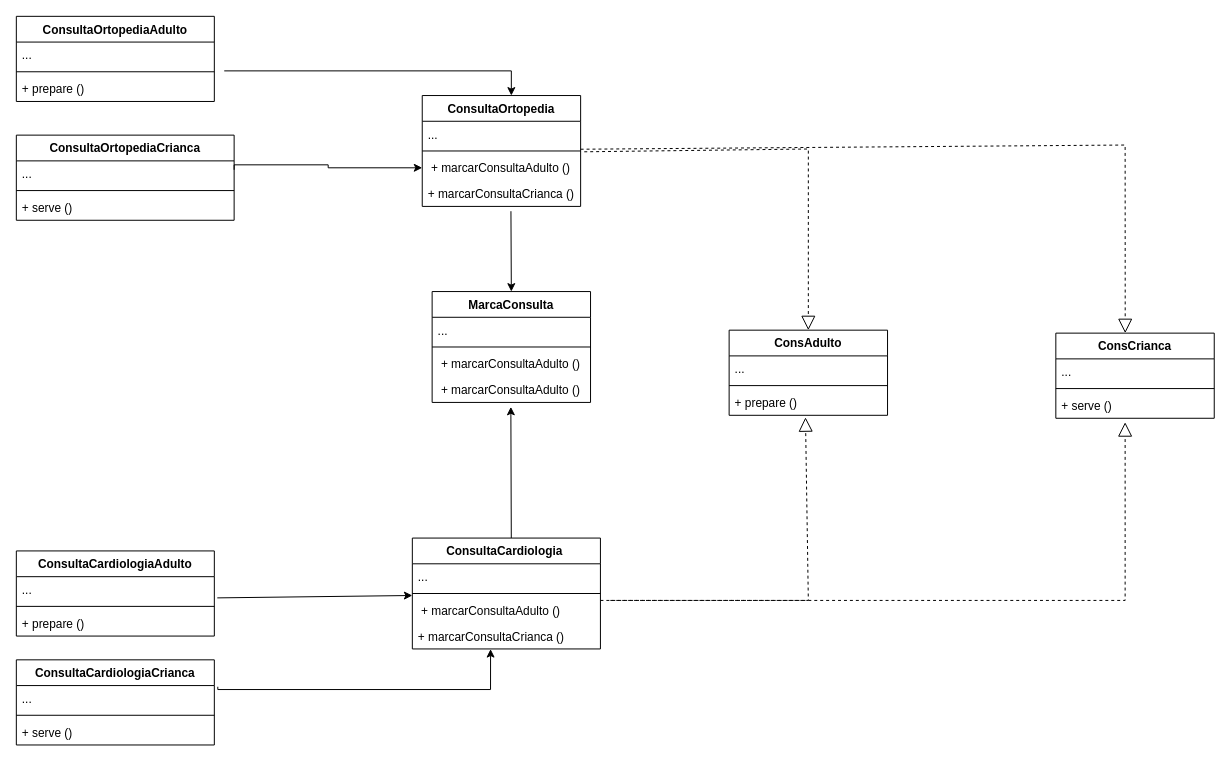
Before: Diagramas de Classe/Criação/AbstractFactory/consulta.drawio in luanvaf/Design_Patterns_AdvPrograming, a draw.io diagram. Source tidied: cells renumbered, new cells numbered last; positions are measured from the earlier drawing's top-left corner, leaving out a move shared by most shapes. Both pictures are drawn from the tidied source at 99%, with x=0, y=0 at pixel (16, 16).
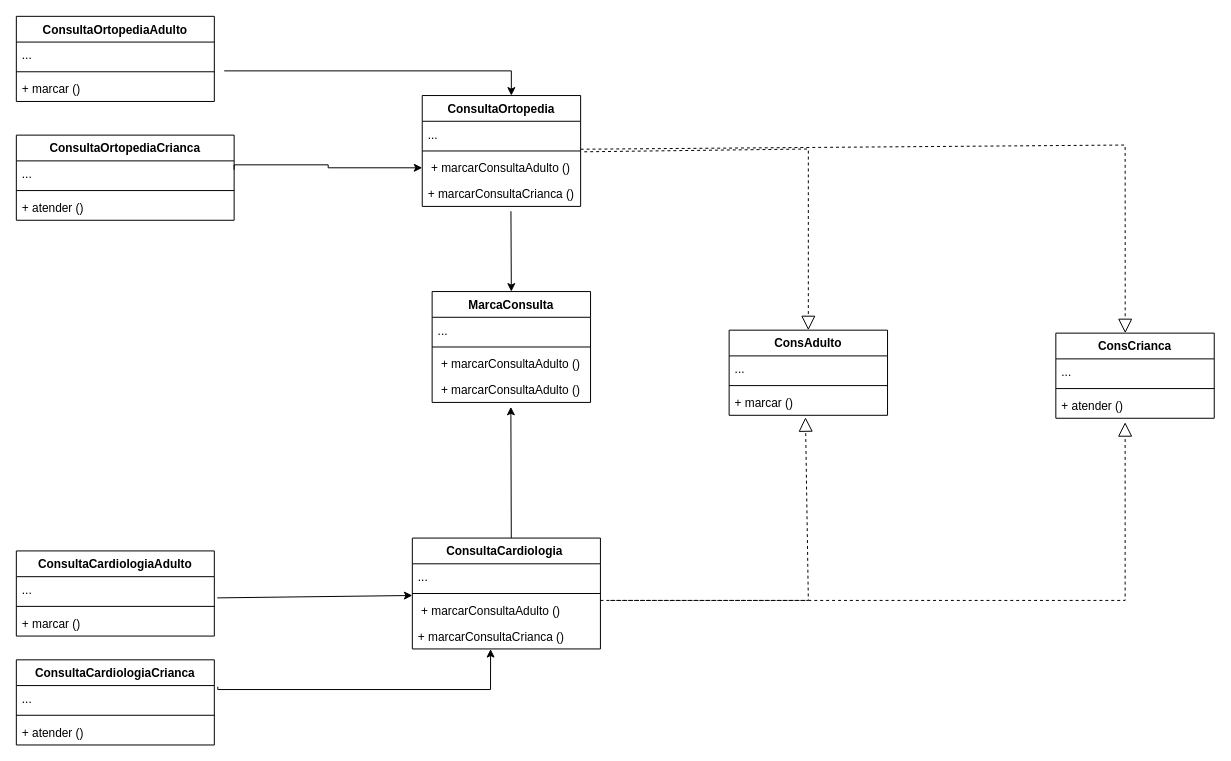
Above is the later version.

The change refers to these unchanged cells:
```xml
<mxCell id="12" value="ConsultaOrtopediaCrianca" style="swimlane;fontStyle=1;align=center;verticalAlign=top;horizontal=1;startSize=26;" parent="1" vertex="1">
  <mxGeometry y="120" width="220" height="86" as="geometry" />
</mxCell>
<mxCell id="16" value="ConsultaOrtopediaAdulto" style="swimlane;fontStyle=1;align=center;verticalAlign=top;horizontal=1;startSize=26;" parent="1" vertex="1">
  <mxGeometry width="200" height="86" as="geometry" />
</mxCell>
<mxCell id="20" value="ConsultaCardiologiaAdulto" style="swimlane;fontStyle=1;align=center;verticalAlign=top;horizontal=1;startSize=26;" parent="1" vertex="1">
  <mxGeometry y="540" width="200" height="86" as="geometry" />
</mxCell>
<mxCell id="24" value="ConsultaCardiologiaCrianca" style="swimlane;fontStyle=1;align=center;verticalAlign=top;horizontal=1;startSize=26;" parent="1" vertex="1">
  <mxGeometry y="650" width="200" height="86" as="geometry" />
</mxCell>
<mxCell id="43" value="ConsAdulto" style="swimlane;fontStyle=1;align=center;verticalAlign=top;horizontal=1;startSize=26;" parent="1" vertex="1">
  <mxGeometry x="720" y="317" width="160" height="86" as="geometry" />
</mxCell>
<mxCell id="47" value="ConsCrianca" style="swimlane;fontStyle=1;align=center;verticalAlign=top;horizontal=1;startSize=26;" parent="1" vertex="1">
  <mxGeometry x="1050" y="320" width="160" height="86" as="geometry" />
</mxCell>
```

Diff of the diagram source:
```diff
@@
-    <mxCell id="15" value="+ serve ()" style="text;strokeColor=none;fillColor=none;align=left;verticalAlign=top;spacingLeft=4;spacingRight=4;overflow=hidden;" parent="12" vertex="1">
+    <mxCell id="15" value="+ atender ()" style="text;strokeColor=none;fillColor=none;align=left;verticalAlign=top;spacingLeft=4;spacingRight=4;overflow=hidden;" parent="12" vertex="1">
       <mxGeometry y="60" width="220" height="26" as="geometry" />
     </mxCell>
@@
-    <mxCell id="19" value="+ prepare ()" style="text;strokeColor=none;fillColor=none;align=left;verticalAlign=top;spacingLeft=4;spacingRight=4;overflow=hidden;" parent="16" vertex="1">
+    <mxCell id="19" value="+ marcar ()" style="text;strokeColor=none;fillColor=none;align=left;verticalAlign=top;spacingLeft=4;spacingRight=4;overflow=hidden;" parent="16" vertex="1">
       <mxGeometry y="60" width="200" height="26" as="geometry" />
     </mxCell>
@@
-    <mxCell id="23" value="+ prepare ()" style="text;strokeColor=none;fillColor=none;align=left;verticalAlign=top;spacingLeft=4;spacingRight=4;overflow=hidden;" parent="20" vertex="1">
+    <mxCell id="23" value="+ marcar ()" style="text;strokeColor=none;fillColor=none;align=left;verticalAlign=top;spacingLeft=4;spacingRight=4;overflow=hidden;" parent="20" vertex="1">
       <mxGeometry y="60" width="200" height="26" as="geometry" />
     </mxCell>
@@
-    <mxCell id="27" value="+ serve ()" style="text;strokeColor=none;fillColor=none;align=left;verticalAlign=top;spacingLeft=4;spacingRight=4;overflow=hidden;" parent="24" vertex="1">
+    <mxCell id="27" value="+ atender ()" style="text;strokeColor=none;fillColor=none;align=left;verticalAlign=top;spacingLeft=4;spacingRight=4;overflow=hidden;" parent="24" vertex="1">
       <mxGeometry y="60" width="200" height="26" as="geometry" />
     </mxCell>
@@
-    <mxCell id="46" value="+ prepare ()" style="text;strokeColor=none;fillColor=none;align=left;verticalAlign=top;spacingLeft=4;spacingRight=4;overflow=hidden;points=[[0,0.5],[1,0.5]];portConstraint=eastwest;" parent="43" vertex="1">
+    <mxCell id="46" value="+ marcar ()" style="text;strokeColor=none;fillColor=none;align=left;verticalAlign=top;spacingLeft=4;spacingRight=4;overflow=hidden;points=[[0,0.5],[1,0.5]];portConstraint=eastwest;" parent="43" vertex="1">
       <mxGeometry y="60" width="160" height="26" as="geometry" />
     </mxCell>
@@
-    <mxCell id="50" value="+ serve ()" style="text;strokeColor=none;fillColor=none;align=left;verticalAlign=top;spacingLeft=4;spacingRight=4;overflow=hidden;" parent="47" vertex="1">
+    <mxCell id="50" value="+ atender ()" style="text;strokeColor=none;fillColor=none;align=left;verticalAlign=top;spacingLeft=4;spacingRight=4;overflow=hidden;" parent="47" vertex="1">
       <mxGeometry y="60" width="160" height="26" as="geometry" />
     </mxCell>
```
